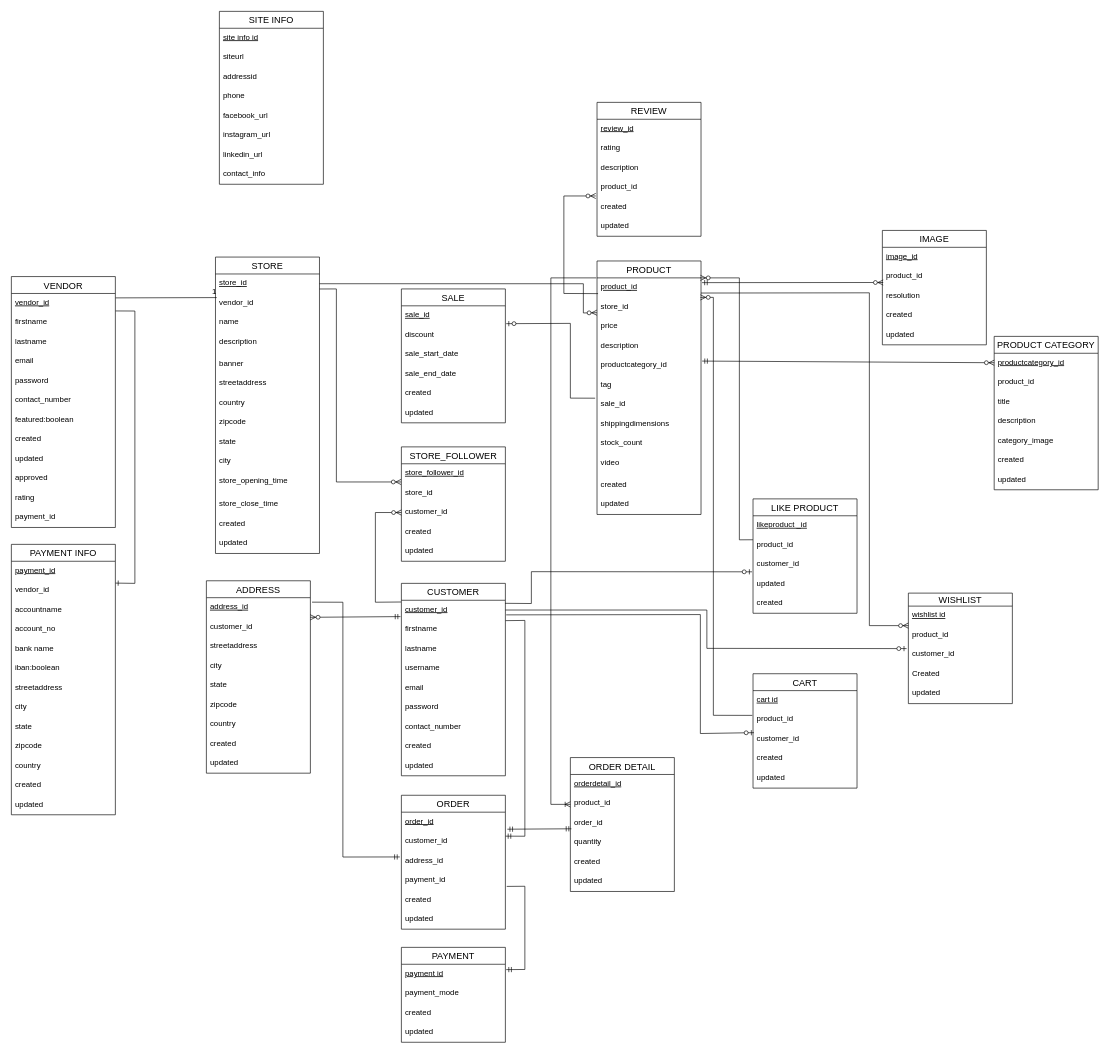
FahadZaheerfzr/WebDev keeps this draw.io diagram as Database/Finalized Database.drawio. Above is the earlier version. Source tidied: cells renumbered, new cells numbered last; positions are measured from the earlier drawing's top-left corner, leaving out a move shared by most shapes. Both pictures are drawn from the tidied source at 65%, with x=0, y=0 at pixel (11, 11).
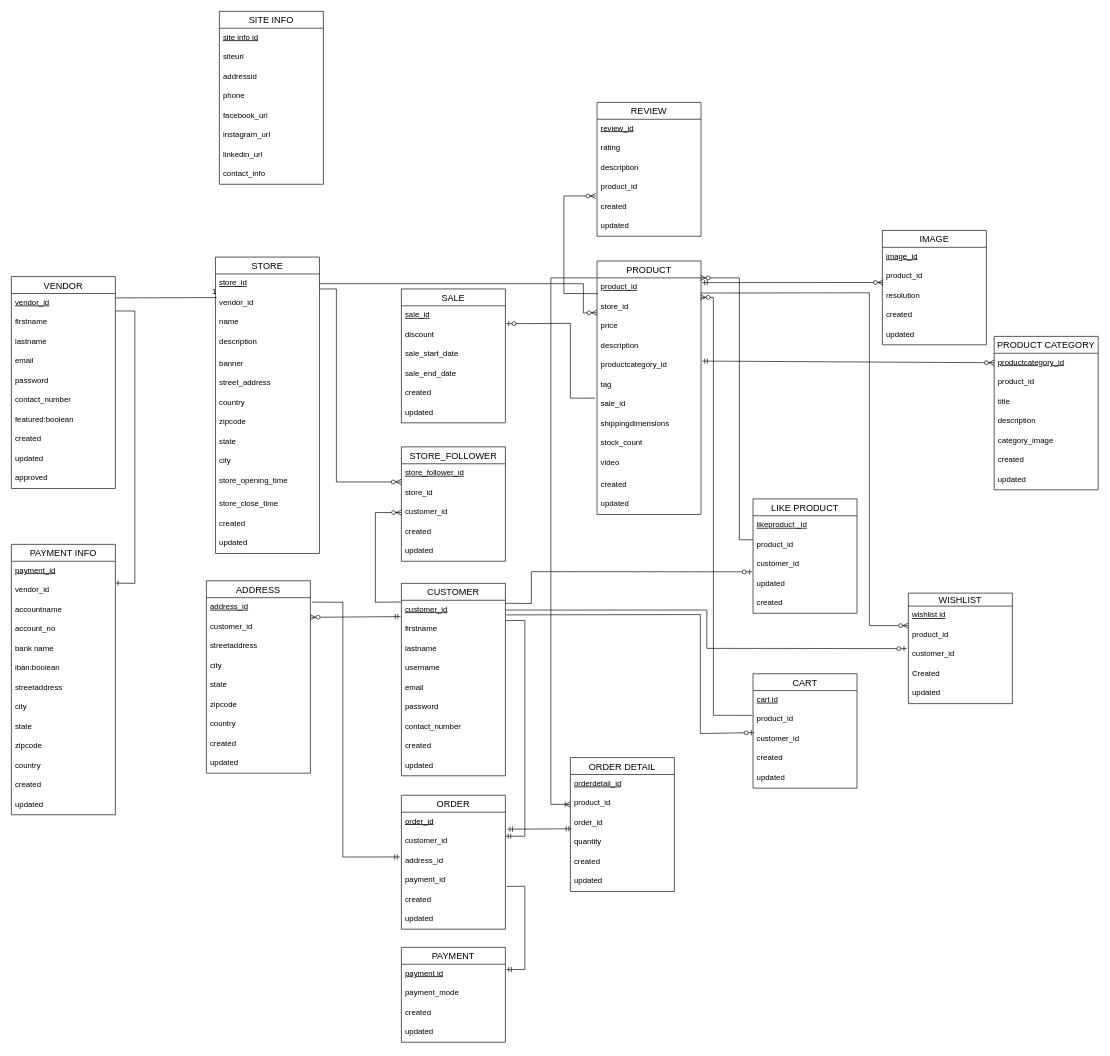
The same diagram, later.

Unchanged cells that the change refers to:
```xml
<mxCell id="2" value="STORE" style="swimlane;fontStyle=0;horizontal=1;startSize=26;align=center;fontSize=14;" parent="1" vertex="1">
  <mxGeometry x="314" y="378" width="160" height="456" as="geometry" />
</mxCell>
```

What changed in the source:
```diff
@@
-    <mxCell id="8" value="streetaddress" style="text;strokeColor=none;fillColor=none;spacingLeft=4;spacingRight=4;overflow=hidden;fontSize=12;" parent="2" vertex="1">
+    <mxCell id="8" value="street_address" style="text;strokeColor=none;fillColor=none;spacingLeft=4;spacingRight=4;overflow=hidden;fontSize=12;" parent="2" vertex="1">
       <mxGeometry y="180" width="160" height="30" as="geometry" />
     </mxCell>
@@
     <mxCell id="97" value="VENDOR" style="swimlane;fontStyle=0;horizontal=1;startSize=26;align=center;fontSize=14;" parent="1" vertex="1">
-      <mxGeometry y="408" width="160" height="386" as="geometry" />
+      <mxGeometry y="408" width="160" height="326" as="geometry" />
     </mxCell>
@@
-    <mxCell id="108" value="rating" style="text;strokeColor=none;fillColor=none;spacingLeft=4;spacingRight=4;overflow=hidden;fontSize=12;" parent="97" vertex="1">
-      <mxGeometry y="326" width="160" height="30" as="geometry" />
-    </mxCell>
-    <mxCell id="109" value="payment_id" style="text;strokeColor=none;fillColor=none;spacingLeft=4;spacingRight=4;overflow=hidden;fontSize=12;" parent="97" vertex="1">
-      <mxGeometry y="356" width="160" height="30" as="geometry" />
-    </mxCell>
```
